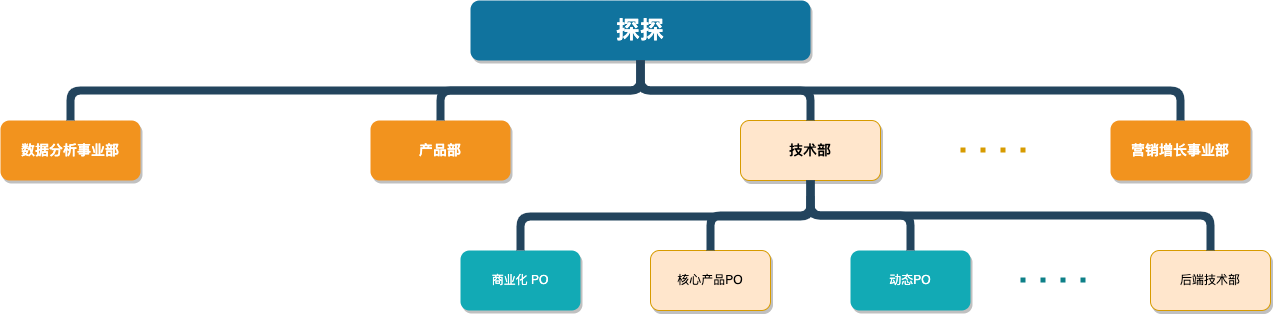
The draw.io diagram architecture.drawio.png in anriclee/diagramStorage, before a commit. Source tidied: cells renumbered, new cells last; positions are measured from the earlier drawing's top-left corner, leaving out a move shared by most shapes.
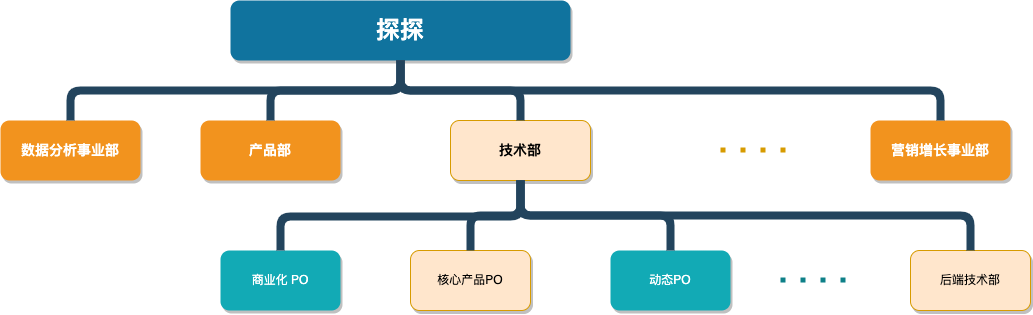
The same diagram one commit later.

Change to the diagram source:
```diff
@@ -6,13 +6,13 @@
       <mxGeometry x="470" width="340" height="60" as="geometry" />
     </mxCell>
     <mxCell id="3" value="数据分析事业部" style="whiteSpace=wrap;rounded=1;fillColor=#F2931E;strokeColor=none;shadow=1;fontColor=#FFFFFF;fontStyle=1;fontSize=14;" parent="1" vertex="1">
-      <mxGeometry y="120" width="140" height="60" as="geometry" />
+      <mxGeometry x="240" y="120" width="140" height="60" as="geometry" />
     </mxCell>
     <mxCell id="4" value="产品部" style="whiteSpace=wrap;rounded=1;fillColor=#F2931E;strokeColor=none;shadow=1;fontColor=#FFFFFF;fontStyle=1;fontSize=14;" parent="1" vertex="1">
-      <mxGeometry x="370" y="120" width="140" height="60" as="geometry" />
+      <mxGeometry x="440" y="120" width="140" height="60" as="geometry" />
     </mxCell>
     <mxCell id="5" value="技术部" style="whiteSpace=wrap;rounded=1;fillColor=#ffe6cc;strokeColor=#d79b00;shadow=1;fontStyle=1;fontSize=14;" parent="1" vertex="1">
-      <mxGeometry x="740" y="120" width="140" height="60" as="geometry" />
+      <mxGeometry x="690" y="120" width="140" height="60" as="geometry" />
     </mxCell>
     <mxCell id="6" value="营销增长事业部" style="whiteSpace=wrap;rounded=1;fillColor=#F2931E;strokeColor=none;shadow=1;fontColor=#FFFFFF;fontStyle=1;fontSize=14;" parent="1" vertex="1">
       <mxGeometry x="1110" y="120" width="140" height="60" as="geometry" />
@@ -23,8 +23,10 @@
     <mxCell id="8" value="动态PO" style="whiteSpace=wrap;rounded=1;fillColor=#12AAB5;strokeColor=none;shadow=1;fontColor=#FFFFFF;" parent="1" vertex="1">
       <mxGeometry x="850" y="250" width="120" height="60" as="geometry" />
     </mxCell>
-    <mxCell id="9" style="edgeStyle=elbowEdgeStyle;elbow=vertical;rounded=1;fontColor=#000000;endArrow=none;endFill=0;strokeWidth=8;strokeColor=#23445D;" parent="1" edge="1" source="5" target="7">
-      <mxGeometry relative="1" as="geometry" />
+    <mxCell id="9" style="edgeStyle=elbowEdgeStyle;elbow=vertical;rounded=1;fontColor=#000000;endArrow=none;endFill=0;strokeWidth=8;strokeColor=#23445D;" parent="1" edge="1" target="7">
+      <mxGeometry relative="1" as="geometry">
+        <mxPoint x="760" y="180" as="sourcePoint" />
+      </mxGeometry>
     </mxCell>
     <mxCell id="10" style="edgeStyle=elbowEdgeStyle;elbow=vertical;rounded=1;fontColor=#000000;endArrow=none;endFill=0;strokeWidth=8;strokeColor=#23445D;" parent="1" edge="1" source="5" target="8">
       <mxGeometry relative="1" as="geometry" />
@@ -49,7 +51,7 @@
     </mxCell>
     <mxCell id="17" style="edgeStyle=elbowEdgeStyle;elbow=vertical;rounded=1;fontColor=#000000;endArrow=none;endFill=0;strokeWidth=8;strokeColor=#23445D;entryX=0.5;entryY=0;entryDx=0;entryDy=0;" parent="1" edge="1" target="16">
       <mxGeometry relative="1" as="geometry">
-        <mxPoint x="810" y="196" as="sourcePoint" />
+        <mxPoint x="760" y="180" as="sourcePoint" />
         <Array as="points">
           <mxPoint x="670" y="216" />
         </Array>
@@ -61,10 +63,8 @@
         <mxPoint x="1040" y="149.5" as="targetPoint" />
       </mxGeometry>
     </mxCell>
-    <mxCell id="19" style="edgeStyle=elbowEdgeStyle;elbow=vertical;rounded=1;fontColor=#000000;endArrow=none;endFill=0;strokeWidth=8;strokeColor=#23445D;" parent="1" edge="1" target="15">
-      <mxGeometry relative="1" as="geometry">
-        <mxPoint x="810" y="180" as="sourcePoint" />
-      </mxGeometry>
+    <mxCell id="19" style="edgeStyle=elbowEdgeStyle;elbow=vertical;rounded=1;fontColor=#000000;endArrow=none;endFill=0;strokeWidth=8;strokeColor=#23445D;exitX=0.5;exitY=1;exitDx=0;exitDy=0;" parent="1" edge="1" source="5" target="15">
+      <mxGeometry relative="1" as="geometry" />
     </mxCell>
     <mxCell id="20" style="endArrow=none;dashed=1;html=1;dashPattern=1 3;strokeWidth=5;rounded=1;fillColor=#b0e3e6;strokeColor=#0e8088;" parent="1" edge="1">
       <mxGeometry relative="1" as="geometry">
```
